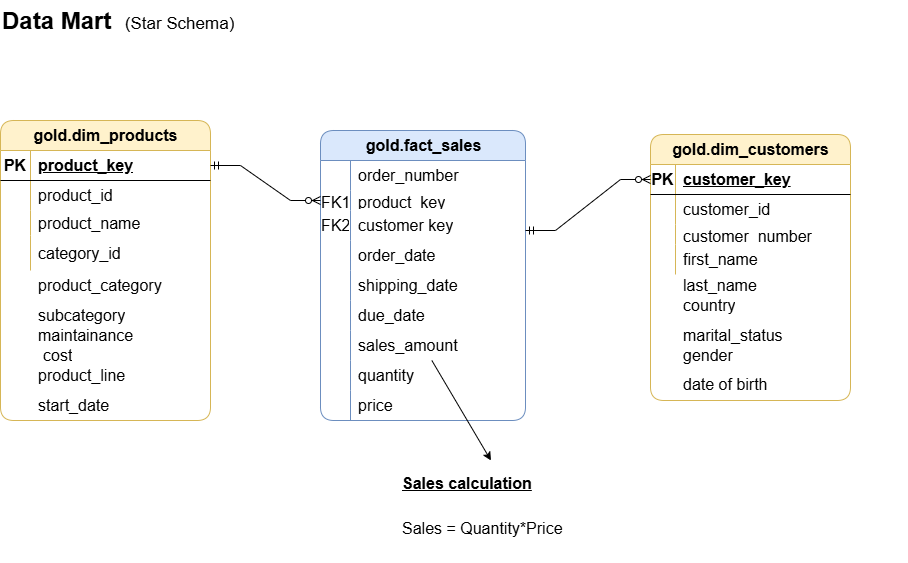
Above: docs/star_schema.png in emakcraig/sql-data-warehouse-project (draw.io), before the change. Source tidied: cells renumbered, new cells last; positions are measured from the earlier drawing's top-left corner, leaving out a move shared by most shapes.
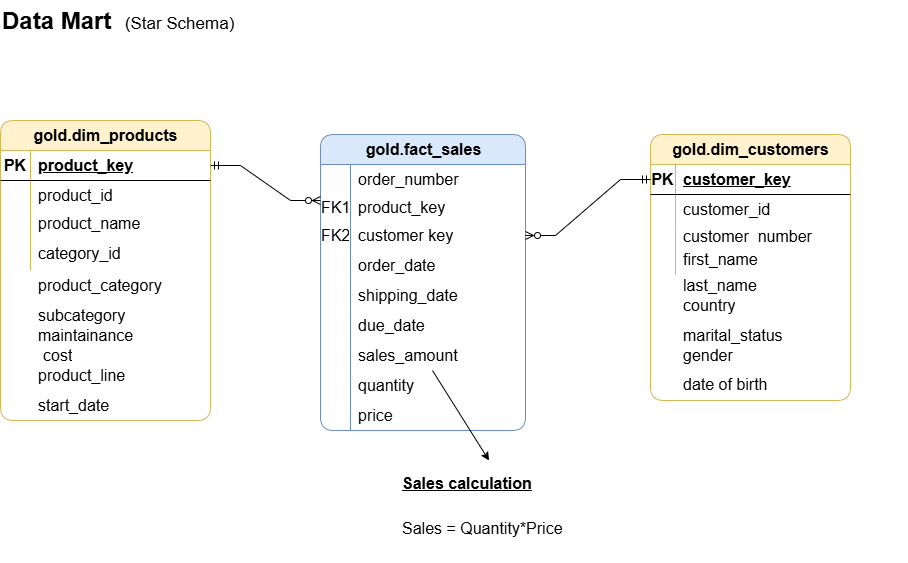
The same diagram one commit later.

What changed in the source:
```diff
@@ -123,7 +123,7 @@
       <mxGeometry x="732" y="442" width="166" height="30" as="geometry" />
     </mxCell>
     <mxCell id="42" value="gold.fact_sales" style="shape=table;startSize=30;rowLines=0;fontStyle=1;align=center;html=1;fillColor=#dae8fc;strokeColor=#6c8ebf;fontSize=16;rounded=1;" parent="1" vertex="1">
-      <mxGeometry x="320" y="130" width="205" height="290" as="geometry" />
+      <mxGeometry x="320" y="134" width="205" height="296" as="geometry" />
     </mxCell>
     <mxCell id="43" style="shape=tableRow;horizontal=0;startSize=0;swimlaneHead=0;swimlaneBody=0;fillColor=none;top=0;left=0;right=0;bottom=0;fontSize=16;" parent="42" vertex="1">
       <mxGeometry y="30" width="205" height="30" as="geometry" />
@@ -135,16 +135,16 @@
       <mxGeometry x="30" width="175" height="30" as="geometry" />
     </mxCell>
     <mxCell id="46" style="shape=tableRow;horizontal=0;startSize=0;swimlaneHead=0;swimlaneBody=0;fillColor=none;top=0;left=0;right=0;bottom=0;fontSize=16;" parent="42" vertex="1">
-      <mxGeometry y="60" width="205" height="20" as="geometry" />
+      <mxGeometry y="60" width="205" height="26" as="geometry" />
     </mxCell>
     <mxCell id="47" value="FK1" style="shape=partialRectangle;fillColor=none;top=0;left=0;bottom=0;right=0;overflow=hidden;whiteSpace=wrap;html=1;fontSize=16;" parent="46" vertex="1">
-      <mxGeometry width="30" height="20" as="geometry" />
+      <mxGeometry width="30" height="26" as="geometry" />
     </mxCell>
     <mxCell id="48" value="product_key" style="shape=partialRectangle;fillColor=none;top=0;left=0;bottom=0;right=0;align=left;spacingLeft=6;overflow=hidden;whiteSpace=wrap;html=1;fontSize=16;" parent="46" vertex="1">
-      <mxGeometry x="30" width="175" height="20" as="geometry" />
+      <mxGeometry x="30" width="175" height="26" as="geometry" />
     </mxCell>
     <mxCell id="49" style="shape=tableRow;horizontal=0;startSize=0;swimlaneHead=0;swimlaneBody=0;fillColor=none;points=[[0,0.5],[1,0.5]];portConstraint=eastwest;top=0;left=0;right=0;bottom=0;fontSize=16;" parent="42" vertex="1">
-      <mxGeometry y="80" width="205" height="30" as="geometry" />
+      <mxGeometry y="86" width="205" height="30" as="geometry" />
     </mxCell>
     <mxCell id="50" value="FK2" style="shape=partialRectangle;fillColor=none;top=0;left=0;bottom=0;right=0;overflow=hidden;whiteSpace=wrap;html=1;fontSize=16;" parent="49" vertex="1">
       <mxGeometry width="30" height="30" as="geometry" />
@@ -153,7 +153,7 @@
       <mxGeometry x="30" width="175" height="30" as="geometry" />
     </mxCell>
     <mxCell id="52" style="shape=tableRow;horizontal=0;startSize=0;swimlaneHead=0;swimlaneBody=0;fillColor=none;top=0;left=0;right=0;bottom=0;fontSize=16;" parent="42" vertex="1">
-      <mxGeometry y="110" width="205" height="30" as="geometry" />
+      <mxGeometry y="116" width="205" height="30" as="geometry" />
     </mxCell>
     <mxCell id="53" style="shape=partialRectangle;fillColor=none;top=0;left=0;bottom=0;right=0;overflow=hidden;whiteSpace=wrap;html=1;fontSize=16;" parent="52" vertex="1">
       <mxGeometry width="30" height="30" as="geometry" />
@@ -162,7 +162,7 @@
       <mxGeometry x="30" width="175" height="30" as="geometry" />
     </mxCell>
     <mxCell id="55" style="shape=tableRow;horizontal=0;startSize=0;swimlaneHead=0;swimlaneBody=0;fillColor=none;top=0;left=0;right=0;bottom=0;fontSize=16;" parent="42" vertex="1">
-      <mxGeometry y="140" width="205" height="30" as="geometry" />
+      <mxGeometry y="146" width="205" height="30" as="geometry" />
     </mxCell>
     <mxCell id="56" style="shape=partialRectangle;fillColor=none;top=0;left=0;bottom=0;right=0;overflow=hidden;whiteSpace=wrap;html=1;fontSize=16;" parent="55" vertex="1">
       <mxGeometry width="30" height="30" as="geometry" />
@@ -171,7 +171,7 @@
       <mxGeometry x="30" width="175" height="30" as="geometry" />
     </mxCell>
     <mxCell id="58" style="shape=tableRow;horizontal=0;startSize=0;swimlaneHead=0;swimlaneBody=0;fillColor=none;top=0;left=0;right=0;bottom=0;fontSize=16;" parent="42" vertex="1">
-      <mxGeometry y="170" width="205" height="30" as="geometry" />
+      <mxGeometry y="176" width="205" height="30" as="geometry" />
     </mxCell>
     <mxCell id="59" style="shape=partialRectangle;fillColor=none;top=0;left=0;bottom=0;right=0;overflow=hidden;whiteSpace=wrap;html=1;fontSize=16;" parent="58" vertex="1">
       <mxGeometry width="30" height="30" as="geometry" />
@@ -180,7 +180,7 @@
       <mxGeometry x="30" width="175" height="30" as="geometry" />
     </mxCell>
     <mxCell id="61" style="shape=tableRow;horizontal=0;startSize=0;swimlaneHead=0;swimlaneBody=0;fillColor=none;points=[[0,0.5],[1,0.5]];portConstraint=eastwest;top=0;left=0;right=0;bottom=0;fontSize=16;" parent="42" vertex="1">
-      <mxGeometry y="200" width="205" height="30" as="geometry" />
+      <mxGeometry y="206" width="205" height="30" as="geometry" />
     </mxCell>
     <mxCell id="62" style="shape=partialRectangle;fillColor=none;top=0;left=0;bottom=0;right=0;overflow=hidden;whiteSpace=wrap;html=1;fontSize=16;" parent="61" vertex="1">
       <mxGeometry width="30" height="30" as="geometry" />
@@ -189,7 +189,7 @@
       <mxGeometry x="30" width="175" height="30" as="geometry" />
     </mxCell>
     <mxCell id="64" style="shape=tableRow;horizontal=0;startSize=0;swimlaneHead=0;swimlaneBody=0;fillColor=none;top=0;left=0;right=0;bottom=0;fontSize=16;" parent="42" vertex="1">
-      <mxGeometry y="230" width="205" height="30" as="geometry" />
+      <mxGeometry y="236" width="205" height="30" as="geometry" />
     </mxCell>
     <mxCell id="65" style="shape=partialRectangle;fillColor=none;top=0;left=0;bottom=0;right=0;overflow=hidden;whiteSpace=wrap;html=1;fontSize=16;" parent="64" vertex="1">
       <mxGeometry width="30" height="30" as="geometry" />
@@ -198,7 +198,7 @@
       <mxGeometry x="30" width="175" height="30" as="geometry" />
     </mxCell>
     <mxCell id="67" style="shape=tableRow;horizontal=0;startSize=0;swimlaneHead=0;swimlaneBody=0;fillColor=none;top=0;left=0;right=0;bottom=0;fontSize=16;" parent="42" vertex="1">
-      <mxGeometry y="260" width="205" height="30" as="geometry" />
+      <mxGeometry y="266" width="205" height="30" as="geometry" />
     </mxCell>
     <mxCell id="68" style="shape=partialRectangle;fillColor=none;top=0;left=0;bottom=0;right=0;overflow=hidden;whiteSpace=wrap;html=1;fontSize=16;" parent="67" vertex="1">
       <mxGeometry width="30" height="30" as="geometry" />
@@ -211,10 +211,8 @@
         <mxPoint x="320" y="200" as="targetPoint" />
       </mxGeometry>
     </mxCell>
-    <mxCell id="71" style="edgeStyle=entityRelationEdgeStyle;fontSize=12;html=1;endArrow=ERzeroToMany;startArrow=ERmandOne;rounded=0;exitX=1;exitY=0.5;exitDx=0;exitDy=0;" parent="1" edge="1" target="4">
-      <mxGeometry relative="1" as="geometry">
-        <mxPoint x="525" y="230" as="sourcePoint" />
-      </mxGeometry>
+    <mxCell id="71" style="edgeStyle=entityRelationEdgeStyle;fontSize=12;html=1;endArrow=ERzeroToMany;startArrow=ERmandOne;rounded=0;exitX=0;exitY=0.5;exitDx=0;exitDy=0;entryX=1;entryY=0.5;entryDx=0;entryDy=0;" parent="1" edge="1" source="4" target="49">
+      <mxGeometry relative="1" as="geometry" />
     </mxCell>
     <mxCell id="72" value="&lt;h1 style=&quot;margin-top: 0px;&quot;&gt;&lt;font style=&quot;font-size: 16px;&quot;&gt;&lt;u&gt;Sales calculation&lt;/u&gt;&lt;/font&gt;&lt;/h1&gt;&lt;h1 style=&quot;margin-top: 0px;&quot;&gt;&lt;span style=&quot;font-size: 16px; font-weight: 400; background-color: transparent; color: light-dark(rgb(0, 0, 0), rgb(255, 255, 255));&quot;&gt;Sales = Quantity*Price&lt;/span&gt;&lt;/h1&gt;" style="text;html=1;whiteSpace=wrap;overflow=hidden;rounded=0;verticalAlign=top;" parent="1" vertex="1">
       <mxGeometry x="400" y="460" width="240" height="100" as="geometry" />
```
